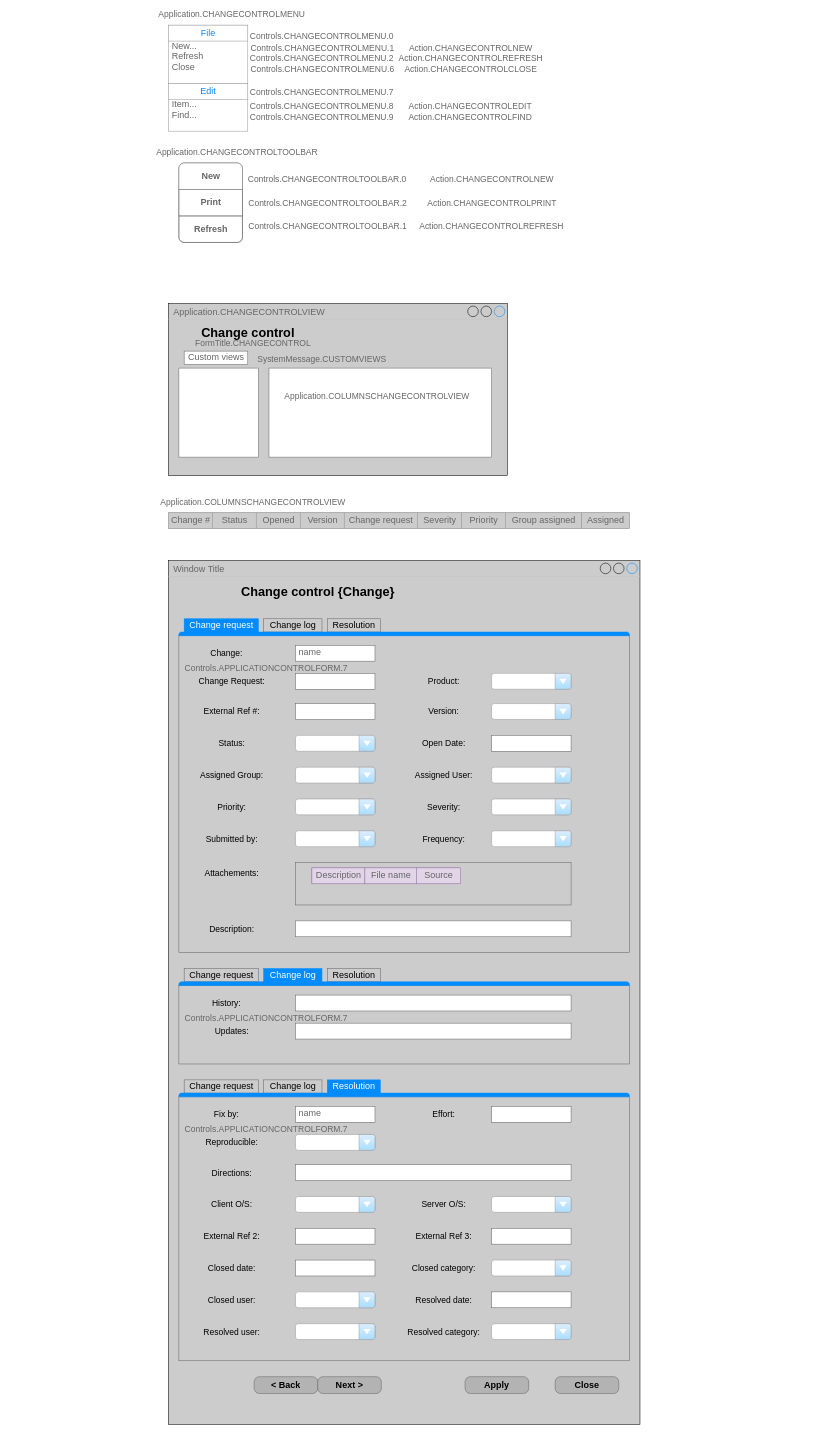
Earlier version of the draw.io diagram page "View.ChangeControl" (9 of 11) of hnc.drawio (haclong/drawings). Source tidied: cells renumbered, new cells numbered last; positions are measured from the earlier drawing's top-left corner, leaving out a move shared by most shapes. Both pictures are drawn from the tidied source at 53%, with x=0, y=0 at pixel (168, 9).
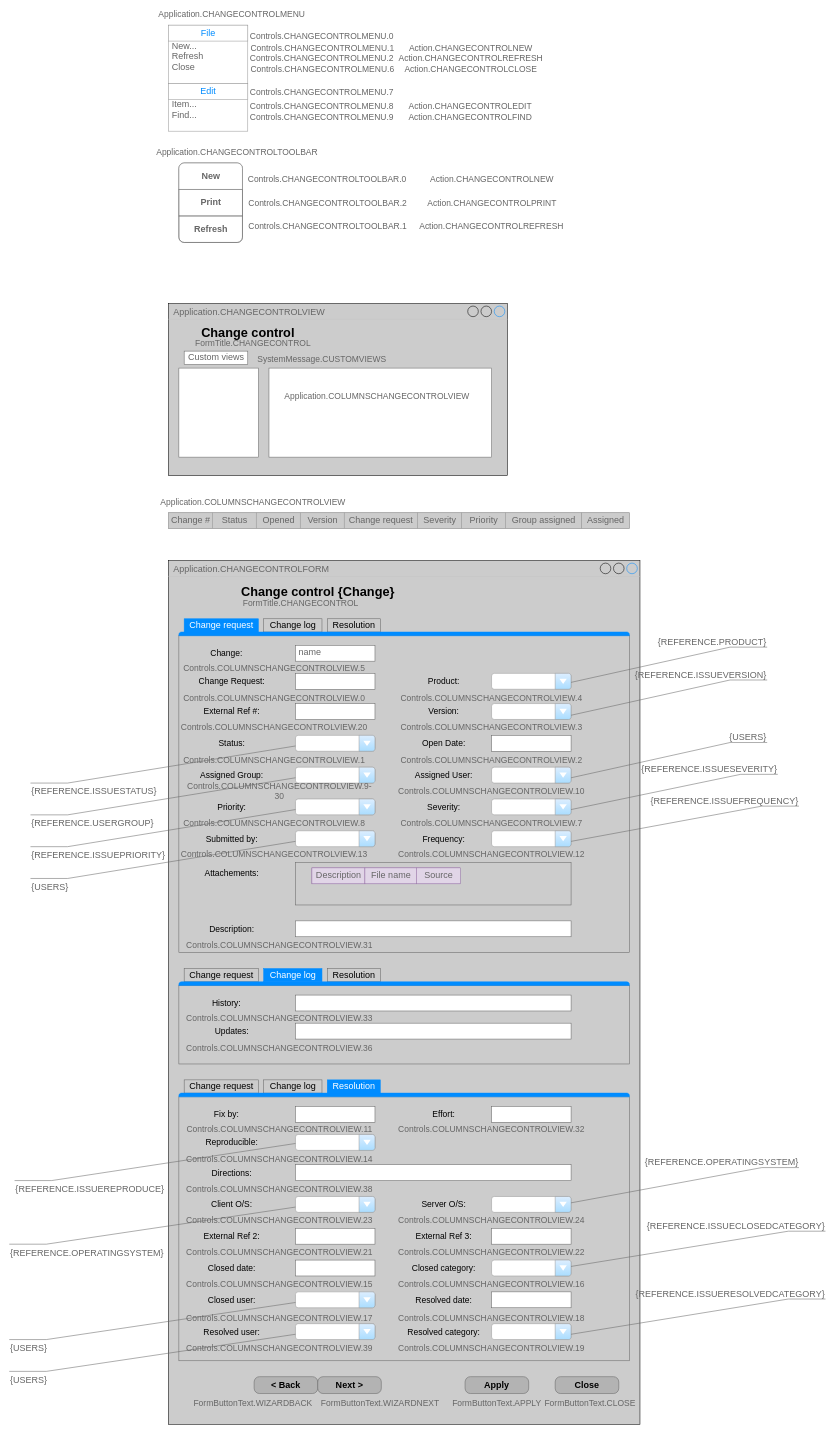
The same diagram, later.

The change refers to these unchanged cells:
```xml
<mxCell id="58" style="strokeWidth=1;shadow=0;dashed=0;align=center;html=1;shape=mxgraph.mockup.containers.marginRect2;rectMarginTop=32;strokeColor=#666666;gradientColor=none;fontSize=16;fontColor=#FFFFFF;fillColor=#CCCCCC;" parent="1" vertex="1">
  <mxGeometry x="20" y="1150" width="850" height="630" as="geometry" />
</mxCell>
<mxCell id="102" style="strokeWidth=1;shadow=0;dashed=0;align=center;html=1;shape=mxgraph.mockup.containers.marginRect2;rectMarginTop=32;strokeColor=#666666;gradientColor=none;fontSize=16;fontColor=#FFFFFF;fillColor=#CCCCCC;" parent="1" vertex="1">
  <mxGeometry x="20" y="1810" width="850" height="180" as="geometry" />
</mxCell>
<mxCell id="112" style="strokeWidth=1;shadow=0;dashed=0;align=center;html=1;shape=mxgraph.mockup.containers.marginRect2;rectMarginTop=32;strokeColor=#666666;gradientColor=none;fontSize=16;fontColor=#FFFFFF;fillColor=#CCCCCC;" parent="1" vertex="1">
  <mxGeometry x="20" y="2020" width="850" height="530" as="geometry" />
</mxCell>
```

Diff of the diagram source:
```diff
@@
-    <mxCell id="56" value="Window Title" style="strokeWidth=1;shadow=0;dashed=0;align=center;html=1;shape=mxgraph.mockup.containers.window;align=left;verticalAlign=top;spacingLeft=8;strokeColor2=#008cff;strokeColor3=#c4c4c4;fontColor=#666666;mainText=;fontSize=17;labelBackgroundColor=none;fillColor=#CCCCCC;" parent="1" vertex="1">
+    <mxCell id="56" value="Application.CHANGECONTROLFORM" style="strokeWidth=1;shadow=0;dashed=0;align=center;html=1;shape=mxgraph.mockup.containers.window;align=left;verticalAlign=top;spacingLeft=8;strokeColor2=#008cff;strokeColor3=#c4c4c4;fontColor=#666666;mainText=;fontSize=17;labelBackgroundColor=none;fillColor=#CCCCCC;" parent="1" vertex="1">
       <mxGeometry y="1040" width="890" height="1630" as="geometry" />
     </mxCell>
@@
-    <mxCell id="68" value="Controls.APPLICATIONCONTROLFORM.7" style="text;html=1;strokeColor=none;fillColor=none;align=center;verticalAlign=middle;whiteSpace=wrap;rounded=0;fontSize=16;fontColor=#666666;" parent="58" vertex="1">
-      <mxGeometry x="145" y="83" width="40" height="20" as="geometry" />
+    <mxCell id="68" value="Controls.COLUMNSCHANGECONTROLVIEW.5" style="text;html=1;strokeColor=none;fillColor=none;align=center;verticalAlign=middle;whiteSpace=wrap;rounded=0;fontSize=16;fontColor=#666666;" parent="58" vertex="1">
+      <mxGeometry x="160" y="83" width="40" height="20" as="geometry" />
     </mxCell>
@@
+    <mxCell id="146" value="Controls.COLUMNSCHANGECONTROLVIEW.0" style="text;html=1;strokeColor=none;fillColor=none;align=center;verticalAlign=middle;whiteSpace=wrap;rounded=0;fontSize=16;fontColor=#666666;" parent="58" vertex="1">
+      <mxGeometry x="160" y="140" width="40" height="20" as="geometry" />
+    </mxCell>
+    <mxCell id="147" value="Controls.COLUMNSCHANGECONTROLVIEW.20" style="text;html=1;strokeColor=none;fillColor=none;align=center;verticalAlign=middle;whiteSpace=wrap;rounded=0;fontSize=16;fontColor=#666666;" parent="58" vertex="1">
+      <mxGeometry x="160" y="195" width="40" height="20" as="geometry" />
+    </mxCell>
+    <mxCell id="148" value="Controls.COLUMNSCHANGECONTROLVIEW.1" style="text;html=1;strokeColor=none;fillColor=none;align=center;verticalAlign=middle;whiteSpace=wrap;rounded=0;fontSize=16;fontColor=#666666;" parent="58" vertex="1">
+      <mxGeometry x="160" y="256" width="40" height="20" as="geometry" />
+    </mxCell>
+    <mxCell id="149" value="Controls.COLUMNSCHANGECONTROLVIEW.9-30" style="text;html=1;strokeColor=none;fillColor=none;align=center;verticalAlign=middle;whiteSpace=wrap;rounded=0;fontSize=16;fontColor=#666666;" parent="58" vertex="1">
+      <mxGeometry x="170" y="315" width="40" height="20" as="geometry" />
+    </mxCell>
+    <mxCell id="150" value="Controls.COLUMNSCHANGECONTROLVIEW.8" style="text;html=1;strokeColor=none;fillColor=none;align=center;verticalAlign=middle;whiteSpace=wrap;rounded=0;fontSize=16;fontColor=#666666;" parent="58" vertex="1">
+      <mxGeometry x="160" y="376" width="40" height="20" as="geometry" />
+    </mxCell>
+    <mxCell id="151" value="Controls.COLUMNSCHANGECONTROLVIEW.13" style="text;html=1;strokeColor=none;fillColor=none;align=center;verticalAlign=middle;whiteSpace=wrap;rounded=0;fontSize=16;fontColor=#666666;" parent="58" vertex="1">
+      <mxGeometry x="160" y="434" width="40" height="20" as="geometry" />
+    </mxCell>
+    <mxCell id="152" value="Controls.COLUMNSCHANGECONTROLVIEW.4" style="text;html=1;strokeColor=none;fillColor=none;align=center;verticalAlign=middle;whiteSpace=wrap;rounded=0;fontSize=16;fontColor=#666666;" parent="58" vertex="1">
+      <mxGeometry x="570" y="140" width="40" height="20" as="geometry" />
+    </mxCell>
+    <mxCell id="153" value="Controls.COLUMNSCHANGECONTROLVIEW.3" style="text;html=1;strokeColor=none;fillColor=none;align=center;verticalAlign=middle;whiteSpace=wrap;rounded=0;fontSize=16;fontColor=#666666;" parent="58" vertex="1">
+      <mxGeometry x="570" y="195" width="40" height="20" as="geometry" />
+    </mxCell>
+    <mxCell id="154" value="Controls.COLUMNSCHANGECONTROLVIEW.2" style="text;html=1;strokeColor=none;fillColor=none;align=center;verticalAlign=middle;whiteSpace=wrap;rounded=0;fontSize=16;fontColor=#666666;" parent="58" vertex="1">
+      <mxGeometry x="570" y="256" width="40" height="20" as="geometry" />
+    </mxCell>
+    <mxCell id="155" value="Controls.COLUMNSCHANGECONTROLVIEW.10" style="text;html=1;strokeColor=none;fillColor=none;align=center;verticalAlign=middle;whiteSpace=wrap;rounded=0;fontSize=16;fontColor=#666666;" parent="58" vertex="1">
+      <mxGeometry x="570" y="315" width="40" height="20" as="geometry" />
+    </mxCell>
+    <mxCell id="156" value="Controls.COLUMNSCHANGECONTROLVIEW.7" style="text;html=1;strokeColor=none;fillColor=none;align=center;verticalAlign=middle;whiteSpace=wrap;rounded=0;fontSize=16;fontColor=#666666;" parent="58" vertex="1">
+      <mxGeometry x="570" y="376" width="40" height="20" as="geometry" />
+    </mxCell>
+    <mxCell id="157" value="Controls.COLUMNSCHANGECONTROLVIEW.12" style="text;html=1;strokeColor=none;fillColor=none;align=center;verticalAlign=middle;whiteSpace=wrap;rounded=0;fontSize=16;fontColor=#666666;" parent="58" vertex="1">
+      <mxGeometry x="570" y="434" width="40" height="20" as="geometry" />
+    </mxCell>
+    <mxCell id="158" value="Controls.COLUMNSCHANGECONTROLVIEW.31" style="text;html=1;strokeColor=none;fillColor=none;align=center;verticalAlign=middle;whiteSpace=wrap;rounded=0;fontSize=16;fontColor=#666666;" parent="58" vertex="1">
+      <mxGeometry x="170" y="606" width="40" height="20" as="geometry" />
+    </mxCell>
@@
-    <mxCell id="111" value="Controls.APPLICATIONCONTROLFORM.7" style="text;html=1;strokeColor=none;fillColor=none;align=center;verticalAlign=middle;whiteSpace=wrap;rounded=0;fontSize=16;fontColor=#666666;" parent="102" vertex="1">
-      <mxGeometry x="145" y="83" width="40" height="20" as="geometry" />
+    <mxCell id="111" value="Controls.COLUMNSCHANGECONTROLVIEW.33" style="text;html=1;strokeColor=none;fillColor=none;align=center;verticalAlign=middle;whiteSpace=wrap;rounded=0;fontSize=16;fontColor=#666666;" parent="102" vertex="1">
+      <mxGeometry x="170" y="83" width="40" height="20" as="geometry" />
     </mxCell>
+    <mxCell id="159" value="Controls.COLUMNSCHANGECONTROLVIEW.36" style="text;html=1;strokeColor=none;fillColor=none;align=center;verticalAlign=middle;whiteSpace=wrap;rounded=0;fontSize=16;fontColor=#666666;" parent="102" vertex="1">
+      <mxGeometry x="170" y="140" width="40" height="20" as="geometry" />
+    </mxCell>
@@
-    <mxCell id="118" value="name" style="strokeWidth=1;shadow=0;dashed=0;align=center;html=1;shape=mxgraph.mockup.text.textBox;fontColor=#666666;align=left;fontSize=17;spacingLeft=4;spacingTop=-3;strokeColor=#666666;mainText=;fillColor=#FFFFFF;" parent="112" vertex="1">
+    <mxCell id="118" style="strokeWidth=1;shadow=0;dashed=0;align=center;html=1;shape=mxgraph.mockup.text.textBox;fontColor=#666666;align=left;fontSize=17;spacingLeft=4;spacingTop=-3;strokeColor=#666666;mainText=;fillColor=#FFFFFF;" parent="112" vertex="1">
       <mxGeometry x="220" y="50" width="150" height="30" as="geometry" />
     </mxCell>
@@
-    <mxCell id="120" value="Controls.APPLICATIONCONTROLFORM.7" style="text;html=1;strokeColor=none;fillColor=none;align=center;verticalAlign=middle;whiteSpace=wrap;rounded=0;fontSize=16;fontColor=#666666;" parent="112" vertex="1">
-      <mxGeometry x="145" y="83" width="40" height="20" as="geometry" />
+    <mxCell id="120" value="Controls.COLUMNSCHANGECONTROLVIEW.11" style="text;html=1;strokeColor=none;fillColor=none;align=center;verticalAlign=middle;whiteSpace=wrap;rounded=0;fontSize=16;fontColor=#666666;" parent="112" vertex="1">
+      <mxGeometry x="170" y="83" width="40" height="20" as="geometry" />
     </mxCell>
@@
+    <mxCell id="160" value="Controls.COLUMNSCHANGECONTROLVIEW.14" style="text;html=1;strokeColor=none;fillColor=none;align=center;verticalAlign=middle;whiteSpace=wrap;rounded=0;fontSize=16;fontColor=#666666;" parent="112" vertex="1">
+      <mxGeometry x="170" y="140" width="40" height="20" as="geometry" />
+    </mxCell>
+    <mxCell id="161" value="Controls.COLUMNSCHANGECONTROLVIEW.38" style="text;html=1;strokeColor=none;fillColor=none;align=center;verticalAlign=middle;whiteSpace=wrap;rounded=0;fontSize=16;fontColor=#666666;" parent="112" vertex="1">
+      <mxGeometry x="170" y="196" width="40" height="20" as="geometry" />
+    </mxCell>
+    <mxCell id="162" value="Controls.COLUMNSCHANGECONTROLVIEW.23" style="text;html=1;strokeColor=none;fillColor=none;align=center;verticalAlign=middle;whiteSpace=wrap;rounded=0;fontSize=16;fontColor=#666666;" parent="112" vertex="1">
+      <mxGeometry x="170" y="255" width="40" height="20" as="geometry" />
+    </mxCell>
+    <mxCell id="163" value="Controls.COLUMNSCHANGECONTROLVIEW.21" style="text;html=1;strokeColor=none;fillColor=none;align=center;verticalAlign=middle;whiteSpace=wrap;rounded=0;fontSize=16;fontColor=#666666;" parent="112" vertex="1">
+      <mxGeometry x="170" y="315" width="40" height="20" as="geometry" />
+    </mxCell>
+    <mxCell id="164" value="Controls.COLUMNSCHANGECONTROLVIEW.15" style="text;html=1;strokeColor=none;fillColor=none;align=center;verticalAlign=middle;whiteSpace=wrap;rounded=0;fontSize=16;fontColor=#666666;" parent="112" vertex="1">
+      <mxGeometry x="170" y="375" width="40" height="20" as="geometry" />
+    </mxCell>
+    <mxCell id="165" value="Controls.COLUMNSCHANGECONTROLVIEW.17" style="text;html=1;strokeColor=none;fillColor=none;align=center;verticalAlign=middle;whiteSpace=wrap;rounded=0;fontSize=16;fontColor=#666666;" parent="112" vertex="1">
+      <mxGeometry x="170" y="440" width="40" height="20" as="geometry" />
+    </mxCell>
+    <mxCell id="166" value="Controls.COLUMNSCHANGECONTROLVIEW.39" style="text;html=1;strokeColor=none;fillColor=none;align=center;verticalAlign=middle;whiteSpace=wrap;rounded=0;fontSize=16;fontColor=#666666;" parent="112" vertex="1">
+      <mxGeometry x="170" y="496" width="40" height="20" as="geometry" />
+    </mxCell>
+    <mxCell id="167" value="Controls.COLUMNSCHANGECONTROLVIEW.32" style="text;html=1;strokeColor=none;fillColor=none;align=center;verticalAlign=middle;whiteSpace=wrap;rounded=0;fontSize=16;fontColor=#666666;" parent="112" vertex="1">
+      <mxGeometry x="570" y="83" width="40" height="20" as="geometry" />
+    </mxCell>
+    <mxCell id="168" value="Controls.COLUMNSCHANGECONTROLVIEW.24" style="text;html=1;strokeColor=none;fillColor=none;align=center;verticalAlign=middle;whiteSpace=wrap;rounded=0;fontSize=16;fontColor=#666666;" parent="112" vertex="1">
+      <mxGeometry x="570" y="255" width="40" height="20" as="geometry" />
+    </mxCell>
+    <mxCell id="169" value="Controls.COLUMNSCHANGECONTROLVIEW.22" style="text;html=1;strokeColor=none;fillColor=none;align=center;verticalAlign=middle;whiteSpace=wrap;rounded=0;fontSize=16;fontColor=#666666;" parent="112" vertex="1">
+      <mxGeometry x="570" y="315" width="40" height="20" as="geometry" />
+    </mxCell>
+    <mxCell id="170" value="Controls.COLUMNSCHANGECONTROLVIEW.16" style="text;html=1;strokeColor=none;fillColor=none;align=center;verticalAlign=middle;whiteSpace=wrap;rounded=0;fontSize=16;fontColor=#666666;" parent="112" vertex="1">
+      <mxGeometry x="570" y="375" width="40" height="20" as="geometry" />
+    </mxCell>
+    <mxCell id="171" value="Controls.COLUMNSCHANGECONTROLVIEW.18" style="text;html=1;strokeColor=none;fillColor=none;align=center;verticalAlign=middle;whiteSpace=wrap;rounded=0;fontSize=16;fontColor=#666666;" parent="112" vertex="1">
+      <mxGeometry x="570" y="440" width="40" height="20" as="geometry" />
+    </mxCell>
+    <mxCell id="172" value="Controls.COLUMNSCHANGECONTROLVIEW.19" style="text;html=1;strokeColor=none;fillColor=none;align=center;verticalAlign=middle;whiteSpace=wrap;rounded=0;fontSize=16;fontColor=#666666;" parent="112" vertex="1">
+      <mxGeometry x="570" y="496" width="40" height="20" as="geometry" />
+    </mxCell>
+    <mxCell id="173" value="FormButtonText.WIZARDBACK" style="text;html=1;strokeColor=none;fillColor=none;align=center;verticalAlign=middle;whiteSpace=wrap;rounded=0;fontSize=16;fontColor=#666666;" parent="1" vertex="1">
+      <mxGeometry x="140" y="2620" width="40" height="20" as="geometry" />
+    </mxCell>
+    <mxCell id="174" value="FormButtonText.WIZARDNEXT" style="text;html=1;strokeColor=none;fillColor=none;align=center;verticalAlign=middle;whiteSpace=wrap;rounded=0;fontSize=16;fontColor=#666666;" parent="1" vertex="1">
+      <mxGeometry x="380" y="2620" width="40" height="20" as="geometry" />
+    </mxCell>
+    <mxCell id="175" value="FormButtonText.APPLY" style="text;html=1;strokeColor=none;fillColor=none;align=center;verticalAlign=middle;whiteSpace=wrap;rounded=0;fontSize=16;fontColor=#666666;" parent="1" vertex="1">
+      <mxGeometry x="600" y="2620" width="40" height="20" as="geometry" />
+    </mxCell>
+    <mxCell id="176" value="FormButtonText.CLOSE" style="text;html=1;strokeColor=none;fillColor=none;align=center;verticalAlign=middle;whiteSpace=wrap;rounded=0;fontSize=16;fontColor=#666666;" parent="1" vertex="1">
+      <mxGeometry x="776" y="2620" width="40" height="20" as="geometry" />
+    </mxCell>
+    <mxCell id="177" value="{REFERENCE.ISSUESTATUS}" style="strokeWidth=1;shadow=0;dashed=0;align=center;html=1;shape=mxgraph.mockup.text.callout;linkText=;textSize=17;textColor=#666666;callDir=SW;callStyle=line;fontSize=17;fontColor=#666666;align=left;verticalAlign=top;strokeColor=#666666;fillColor=#008CFF;labelPosition=center;verticalLabelPosition=bottom;" parent="1" vertex="1">
+      <mxGeometry x="-260" y="1390" width="500" height="70" as="geometry" />
+    </mxCell>
+    <mxCell id="178" value="{REFERENCE.USERGROUP}" style="strokeWidth=1;shadow=0;dashed=0;align=center;html=1;shape=mxgraph.mockup.text.callout;linkText=;textSize=17;textColor=#666666;callDir=SW;callStyle=line;fontSize=17;fontColor=#666666;align=left;verticalAlign=top;strokeColor=#666666;fillColor=#008CFF;labelPosition=center;verticalLabelPosition=bottom;" parent="1" vertex="1">
+      <mxGeometry x="-260" y="1450" width="500" height="70" as="geometry" />
+    </mxCell>
+    <mxCell id="179" value="{REFERENCE.ISSUEPRIORITY}" style="strokeWidth=1;shadow=0;dashed=0;align=center;html=1;shape=mxgraph.mockup.text.callout;linkText=;textSize=17;textColor=#666666;callDir=SW;callStyle=line;fontSize=17;fontColor=#666666;align=left;verticalAlign=top;strokeColor=#666666;fillColor=#008CFF;labelPosition=center;verticalLabelPosition=bottom;" parent="1" vertex="1">
+      <mxGeometry x="-260" y="1510" width="500" height="70" as="geometry" />
+    </mxCell>
+    <mxCell id="180" value="{USERS}" style="strokeWidth=1;shadow=0;dashed=0;align=center;html=1;shape=mxgraph.mockup.text.callout;linkText=;textSize=17;textColor=#666666;callDir=SW;callStyle=line;fontSize=17;fontColor=#666666;align=left;verticalAlign=top;strokeColor=#666666;fillColor=#008CFF;labelPosition=center;verticalLabelPosition=bottom;" parent="1" vertex="1">
+      <mxGeometry x="-260" y="1570" width="500" height="70" as="geometry" />
+    </mxCell>
+    <mxCell id="181" value="{REFERENCE.PRODUCT}" style="strokeWidth=1;shadow=0;dashed=0;align=center;html=1;shape=mxgraph.mockup.text.callout;linkText=;textSize=17;textColor=#666666;callDir=NE;callStyle=line;fontSize=17;fontColor=#666666;align=right;verticalAlign=top;strokeColor=#666666;fillColor=#008CFF;" parent="1" vertex="1">
+      <mxGeometry x="760" y="1178" width="370" height="92" as="geometry" />
+    </mxCell>
+    <mxCell id="182" value="{REFERENCE.ISSUEVERSION}" style="strokeWidth=1;shadow=0;dashed=0;align=center;html=1;shape=mxgraph.mockup.text.callout;linkText=;textSize=17;textColor=#666666;callDir=NE;callStyle=line;fontSize=17;fontColor=#666666;align=right;verticalAlign=top;strokeColor=#666666;fillColor=#008CFF;" parent="1" vertex="1">
+      <mxGeometry x="760" y="1240" width="370" height="92" as="geometry" />
+    </mxCell>
+    <mxCell id="183" value="{USERS}" style="strokeWidth=1;shadow=0;dashed=0;align=center;html=1;shape=mxgraph.mockup.text.callout;linkText=;textSize=17;textColor=#666666;callDir=NE;callStyle=line;fontSize=17;fontColor=#666666;align=right;verticalAlign=top;strokeColor=#666666;fillColor=#008CFF;" parent="1" vertex="1">
+      <mxGeometry x="760" y="1358" width="370" height="92" as="geometry" />
+    </mxCell>
+    <mxCell id="184" value="{REFERENCE.ISSUESEVERITY}" style="strokeWidth=1;shadow=0;dashed=0;align=center;html=1;shape=mxgraph.mockup.text.callout;linkText=;textSize=17;textColor=#666666;callDir=NE;callStyle=line;fontSize=17;fontColor=#666666;align=right;verticalAlign=top;strokeColor=#666666;fillColor=#008CFF;" parent="1" vertex="1">
+      <mxGeometry x="760" y="1418" width="390" height="92" as="geometry" />
+    </mxCell>
+    <mxCell id="185" value="{REFERENCE.ISSUEFREQUENCY}" style="strokeWidth=1;shadow=0;dashed=0;align=center;html=1;shape=mxgraph.mockup.text.callout;linkText=;textSize=17;textColor=#666666;callDir=NE;callStyle=line;fontSize=17;fontColor=#666666;align=right;verticalAlign=top;strokeColor=#666666;fillColor=#008CFF;" parent="1" vertex="1">
+      <mxGeometry x="760" y="1478" width="430" height="92" as="geometry" />
+    </mxCell>
+    <mxCell id="186" value="{REFERENCE.ISSUEREPRODUCE}" style="strokeWidth=1;shadow=0;dashed=0;align=center;html=1;shape=mxgraph.mockup.text.callout;linkText=;textSize=17;textColor=#666666;callDir=SW;callStyle=line;fontSize=17;fontColor=#666666;align=left;verticalAlign=top;strokeColor=#666666;fillColor=#008CFF;labelPosition=center;verticalLabelPosition=bottom;" parent="1" vertex="1">
+      <mxGeometry x="-290" y="2140" width="530" height="70" as="geometry" />
+    </mxCell>
+    <mxCell id="187" value="{REFERENCE.OPERATINGSYSTEM}" style="strokeWidth=1;shadow=0;dashed=0;align=center;html=1;shape=mxgraph.mockup.text.callout;linkText=;textSize=17;textColor=#666666;callDir=SW;callStyle=line;fontSize=17;fontColor=#666666;align=left;verticalAlign=top;strokeColor=#666666;fillColor=#008CFF;labelPosition=center;verticalLabelPosition=bottom;" parent="1" vertex="1">
+      <mxGeometry x="-300" y="2260" width="540" height="70" as="geometry" />
+    </mxCell>
+    <mxCell id="188" value="{USERS}" style="strokeWidth=1;shadow=0;dashed=0;align=center;html=1;shape=mxgraph.mockup.text.callout;linkText=;textSize=17;textColor=#666666;callDir=SW;callStyle=line;fontSize=17;fontColor=#666666;align=left;verticalAlign=top;strokeColor=#666666;fillColor=#008CFF;labelPosition=center;verticalLabelPosition=bottom;" parent="1" vertex="1">
+      <mxGeometry x="-300" y="2440" width="540" height="70" as="geometry" />
+    </mxCell>
+    <mxCell id="189" value="{USERS}" style="strokeWidth=1;shadow=0;dashed=0;align=center;html=1;shape=mxgraph.mockup.text.callout;linkText=;textSize=17;textColor=#666666;callDir=SW;callStyle=line;fontSize=17;fontColor=#666666;align=left;verticalAlign=top;strokeColor=#666666;fillColor=#008CFF;labelPosition=center;verticalLabelPosition=bottom;" parent="1" vertex="1">
+      <mxGeometry x="-300" y="2500" width="540" height="70" as="geometry" />
+    </mxCell>
+    <mxCell id="190" value="{REFERENCE.OPERATINGSYSTEM}" style="strokeWidth=1;shadow=0;dashed=0;align=center;html=1;shape=mxgraph.mockup.text.callout;linkText=;textSize=17;textColor=#666666;callDir=NE;callStyle=line;fontSize=17;fontColor=#666666;align=right;verticalAlign=top;strokeColor=#666666;fillColor=#008CFF;" parent="1" vertex="1">
+      <mxGeometry x="760" y="2160" width="430" height="92" as="geometry" />
+    </mxCell>
+    <mxCell id="191" value="{REFERENCE.ISSUECLOSEDCATEGORY}" style="strokeWidth=1;shadow=0;dashed=0;align=center;html=1;shape=mxgraph.mockup.text.callout;linkText=;textSize=17;textColor=#666666;callDir=NE;callStyle=line;fontSize=17;fontColor=#666666;align=right;verticalAlign=top;strokeColor=#666666;fillColor=#008CFF;" parent="1" vertex="1">
+      <mxGeometry x="760" y="2280" width="480" height="92" as="geometry" />
+    </mxCell>
+    <mxCell id="192" value="{REFERENCE.ISSUERESOLVEDCATEGORY}" style="strokeWidth=1;shadow=0;dashed=0;align=center;html=1;shape=mxgraph.mockup.text.callout;linkText=;textSize=17;textColor=#666666;callDir=NE;callStyle=line;fontSize=17;fontColor=#666666;align=right;verticalAlign=top;strokeColor=#666666;fillColor=#008CFF;" parent="1" vertex="1">
+      <mxGeometry x="760" y="2408" width="480" height="92" as="geometry" />
+    </mxCell>
+    <mxCell id="193" value="FormTitle.CHANGECONTROL" style="text;html=1;strokeColor=none;fillColor=none;align=center;verticalAlign=middle;whiteSpace=wrap;rounded=0;fontSize=16;fontColor=#666666;" parent="1" vertex="1">
+      <mxGeometry x="230" y="1110" width="40" height="20" as="geometry" />
+    </mxCell>
```
